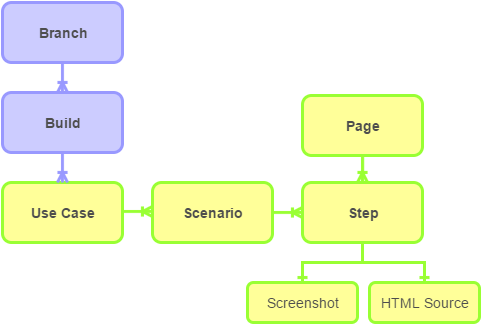
Above: images/draw.io/scenarioo_domain_model_overview.png in scenarioo/scenarioo-format (draw.io), before the change. Source tidied: cells renumbered, new cells last; positions are measured from the earlier drawing's top-left corner, leaving out a move shared by most shapes.
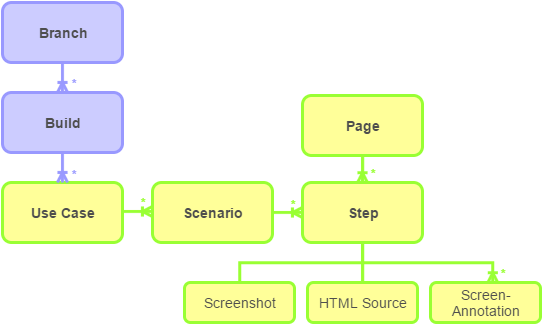
After the commit.

Commit message:
#7 improved model overview image (added screen annotations)

The edit, as a diff of the source:
```diff
@@ -32,16 +32,16 @@
     <mxCell id="10" value="Step" style="rounded=1;whiteSpace=wrap;html=1;strokeWidth=3;fillColor=#FFFF99;strokeColor=#99FF33;fontStyle=1;fontColor=#4D4D4D;fontSize=14;" parent="1" vertex="1">
       <mxGeometry x="300" y="180" width="120" height="60" as="geometry" />
     </mxCell>
-    <mxCell id="11" style="edgeStyle=orthogonalEdgeStyle;html=1;endArrow=ERone;endFill=1;strokeColor=#99FF33;strokeWidth=3;fontSize=14;fontColor=#4D4D4D;entryX=0.5;entryY=0;rounded=0;curved=0;exitX=0.5;exitY=1;" parent="1" edge="1" source="10" target="13">
+    <mxCell id="11" style="edgeStyle=orthogonalEdgeStyle;html=1;endArrow=none;endFill=0;strokeColor=#99FF33;strokeWidth=3;fontSize=14;fontColor=#4D4D4D;entryX=0.5;entryY=0;rounded=0;curved=0;exitX=0.5;exitY=1;" parent="1" edge="1" source="10" target="13">
       <mxGeometry y="10" relative="1" as="geometry" />
     </mxCell>
     <mxCell id="12" value="Screenshot" style="rounded=1;whiteSpace=wrap;html=1;strokeWidth=3;fillColor=#FFFF99;strokeColor=#99FF33;fontStyle=0;fontColor=#4D4D4D;fontSize=14;" parent="1" vertex="1">
-      <mxGeometry x="245" y="280" width="110" height="40" as="geometry" />
+      <mxGeometry x="182" y="280" width="110" height="40" as="geometry" />
     </mxCell>
     <mxCell id="13" value="HTML Source" style="rounded=1;whiteSpace=wrap;html=1;strokeWidth=3;fillColor=#FFFF99;strokeColor=#99FF33;fontStyle=0;fontColor=#4D4D4D;fontSize=14;" parent="1" vertex="1">
-      <mxGeometry x="367" y="280" width="110" height="40" as="geometry" />
+      <mxGeometry x="305" y="280" width="110" height="40" as="geometry" />
     </mxCell>
-    <mxCell id="14" style="edgeStyle=orthogonalEdgeStyle;html=1;endArrow=ERone;endFill=1;strokeColor=#99FF33;strokeWidth=3;fontSize=14;fontColor=#4D4D4D;entryX=0.5;entryY=0;rounded=0;curved=0;exitX=0.5;exitY=1;" parent="1" edge="1" source="10" target="12">
+    <mxCell id="14" style="edgeStyle=orthogonalEdgeStyle;html=1;endArrow=none;endFill=0;strokeColor=#99FF33;strokeWidth=3;fontSize=14;fontColor=#4D4D4D;entryX=0.5;entryY=0;rounded=0;curved=0;exitX=0.5;exitY=1;" parent="1" edge="1" source="10" target="12">
       <mxGeometry y="10" relative="1" as="geometry" />
     </mxCell>
     <mxCell id="15" value="Page" style="rounded=1;whiteSpace=wrap;html=1;strokeWidth=3;fillColor=#FFFF99;strokeColor=#99FF33;fontStyle=1;fontColor=#4D4D4D;fontSize=14;" parent="1" vertex="1">
@@ -50,5 +50,35 @@
     <mxCell id="16" style="edgeStyle=none;html=1;endArrow=ERoneToMany;fontSize=14;fontColor=#4D4D4D;strokeColor=#99FF33;strokeWidth=3;exitX=0.5;exitY=1;entryX=0.5;entryY=0;" parent="1" edge="1" source="15" target="10">
       <mxGeometry relative="1" as="geometry" />
     </mxCell>
+    <mxCell id="17" value="Screen-Annotation" style="rounded=1;whiteSpace=wrap;html=1;strokeWidth=3;fillColor=#FFFF99;strokeColor=#99FF33;fontStyle=0;fontColor=#4D4D4D;fontSize=14;" parent="1" vertex="1">
+      <mxGeometry x="428" y="280" width="110" height="40" as="geometry" />
+    </mxCell>
+    <mxCell id="18" style="edgeStyle=orthogonalEdgeStyle;html=1;endArrow=ERoneToMany;endFill=0;strokeColor=#99FF33;strokeWidth=3;fontSize=14;fontColor=#4D4D4D;rounded=0;curved=0;exitX=0.5;exitY=1;" parent="1" edge="1" source="10">
+      <mxGeometry y="10" relative="1" as="geometry">
+        <mxPoint x="490" y="280" as="targetPoint" />
+        <Array as="points">
+          <mxPoint x="360" y="260" />
+          <mxPoint x="490" y="260" />
+        </Array>
+      </mxGeometry>
+    </mxCell>
+    <mxCell id="19" value="*" style="text;html=1;strokeColor=none;fillColor=none;align=center;verticalAlign=middle;whiteSpace=wrap;overflow=hidden;rounded=1;fontStyle=1;fontColor=#99FF33;" parent="1" vertex="1">
+      <mxGeometry x="490" y="261" width="21" height="20" as="geometry" />
+    </mxCell>
+    <mxCell id="20" value="*" style="text;html=1;strokeColor=none;fillColor=none;align=center;verticalAlign=middle;whiteSpace=wrap;overflow=hidden;rounded=1;fontStyle=1;fontColor=#99FF33;" parent="1" vertex="1">
+      <mxGeometry x="360" y="161" width="21" height="20" as="geometry" />
+    </mxCell>
+    <mxCell id="21" value="*" style="text;html=1;strokeColor=none;fillColor=none;align=center;verticalAlign=middle;whiteSpace=wrap;overflow=hidden;rounded=1;fontStyle=1;fontColor=#99FF33;" parent="1" vertex="1">
+      <mxGeometry x="280" y="192" width="21" height="20" as="geometry" />
+    </mxCell>
+    <mxCell id="22" value="*" style="text;html=1;strokeColor=none;fillColor=none;align=center;verticalAlign=middle;whiteSpace=wrap;overflow=hidden;rounded=1;fontStyle=1;fontColor=#99FF33;" parent="1" vertex="1">
+      <mxGeometry x="130" y="190" width="21" height="20" as="geometry" />
+    </mxCell>
+    <mxCell id="23" value="*" style="text;html=1;strokeColor=none;fillColor=none;align=center;verticalAlign=middle;whiteSpace=wrap;overflow=hidden;rounded=1;fontStyle=1;fontColor=#9999FF;" parent="1" vertex="1">
+      <mxGeometry x="61" y="162" width="21" height="20" as="geometry" />
+    </mxCell>
+    <mxCell id="24" value="*" style="text;html=1;strokeColor=none;fillColor=none;align=center;verticalAlign=middle;whiteSpace=wrap;overflow=hidden;rounded=1;fontStyle=1;fontColor=#9999FF;" parent="1" vertex="1">
+      <mxGeometry x="61" y="71" width="21" height="20" as="geometry" />
+    </mxCell>
   </root>
 </mxGraphModel>
```
